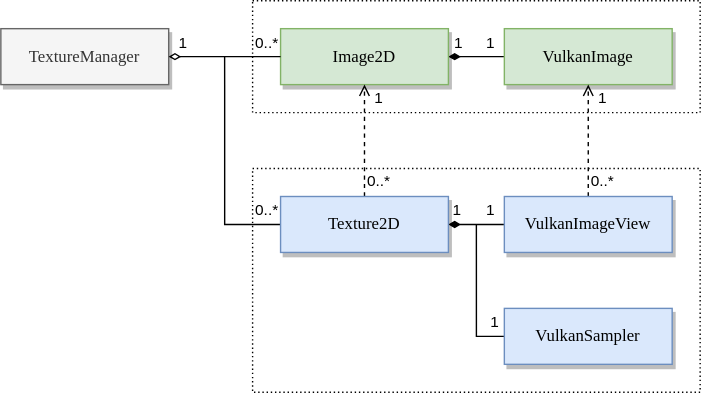
This is _static/images/texture_manager.svg from TimZoet/SOL-manual, a draw.io export, as it was before one commit. Source tidied: cells renumbered, new cells last; positions are measured from the earlier drawing's top-left corner, leaving out a move shared by most shapes.
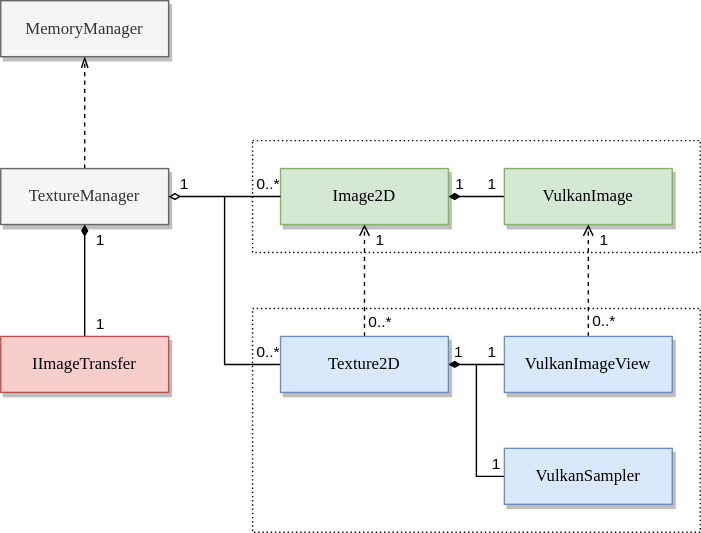
The same file after the commit.

Commit message:
Added exception class diagram, expanded texture manager and image2d

The edit, as a diff of the source:
```diff
@@ -35,6 +35,9 @@
         <mxPoint x="21" y="-10" as="offset" />
       </mxGeometry>
     </mxCell>
+    <mxCell id="29" style="edgeStyle=none;html=1;exitX=0.5;exitY=0;exitDx=0;exitDy=0;entryX=0.5;entryY=1;entryDx=0;entryDy=0;dashed=1;endArrow=openThin;endFill=0;" parent="1" edge="1" source="9" target="30">
+      <mxGeometry relative="1" as="geometry" />
+    </mxCell>
     <mxCell id="9" value="TextureManager" style="rounded=0;whiteSpace=wrap;html=1;shadow=1;fontFamily=Lucida Console;fillColor=#f5f5f5;strokeColor=#666666;fontColor=#333333;" parent="1" vertex="1">
       <mxGeometry y="20" width="120" height="40" as="geometry" />
     </mxCell>
@@ -118,5 +121,24 @@
         <mxPoint x="5" y="-9" as="offset" />
       </mxGeometry>
     </mxCell>
+    <mxCell id="30" value="MemoryManager" style="rounded=0;whiteSpace=wrap;html=1;shadow=1;fontFamily=Lucida Console;fillColor=#f5f5f5;strokeColor=#666666;fontColor=#333333;" parent="1" vertex="1">
+      <mxGeometry y="-100" width="120" height="40" as="geometry" />
+    </mxCell>
+    <mxCell id="31" style="edgeStyle=orthogonalEdgeStyle;rounded=0;jettySize=auto;html=1;endArrow=none;endFill=0;startArrow=diamondThin;startFill=1;exitX=0.5;exitY=1;exitDx=0;exitDy=0;entryX=0.5;entryY=0;entryDx=0;entryDy=0;" parent="1" edge="1" source="9" target="34">
+      <mxGeometry relative="1" as="geometry" />
+    </mxCell>
+    <mxCell id="32" value="1" style="edgeLabel;html=1;align=center;verticalAlign=middle;labelBackgroundColor=none;" parent="31" vertex="1">
+      <mxGeometry x="-0.72" relative="1" as="geometry">
+        <mxPoint x="10" y="-1" as="offset" />
+      </mxGeometry>
+    </mxCell>
+    <mxCell id="33" value="1" style="edgeLabel;html=1;align=center;verticalAlign=middle;labelBackgroundColor=none;" parent="31" vertex="1">
+      <mxGeometry x="-0.67" y="1" relative="1" as="geometry">
+        <mxPoint x="9" y="57" as="offset" />
+      </mxGeometry>
+    </mxCell>
+    <mxCell id="34" value="IImageTransfer" style="rounded=0;whiteSpace=wrap;html=1;shadow=1;fontFamily=Lucida Console;fillColor=#f8cecc;strokeColor=#b85450;" parent="1" vertex="1">
+      <mxGeometry y="140" width="120" height="40" as="geometry" />
+    </mxCell>
   </root>
 </mxGraphModel>
```
